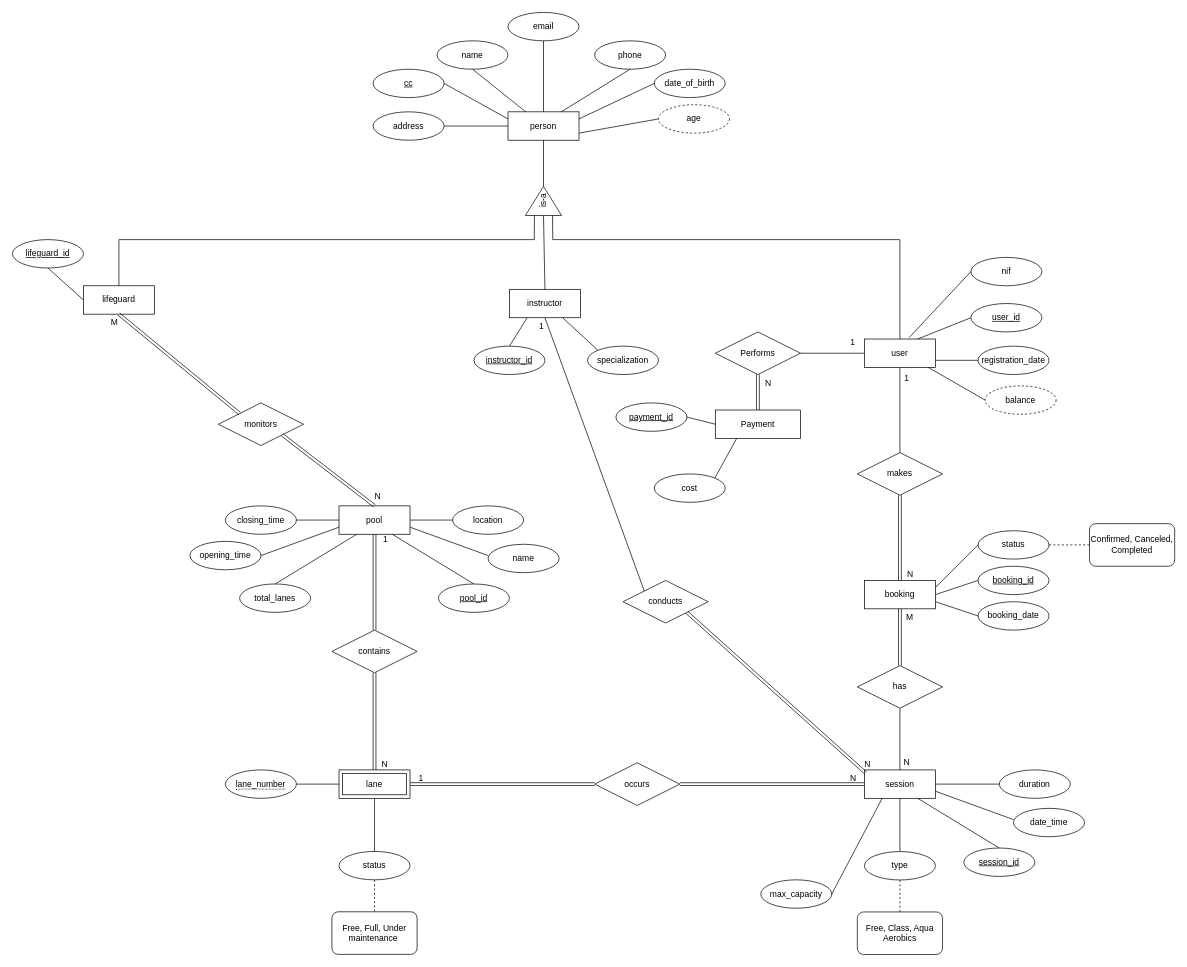
martacruzz/BD-project keeps this draw.io diagram as doc/projectBD_DER.drawio. Above is the earlier version. Source tidied: cells renumbered, new cells numbered last; positions are measured from the earlier drawing's top-left corner, leaving out a move shared by most shapes. Both pictures are drawn from the tidied source at 71%, with x=0, y=0 at pixel (12, 12).
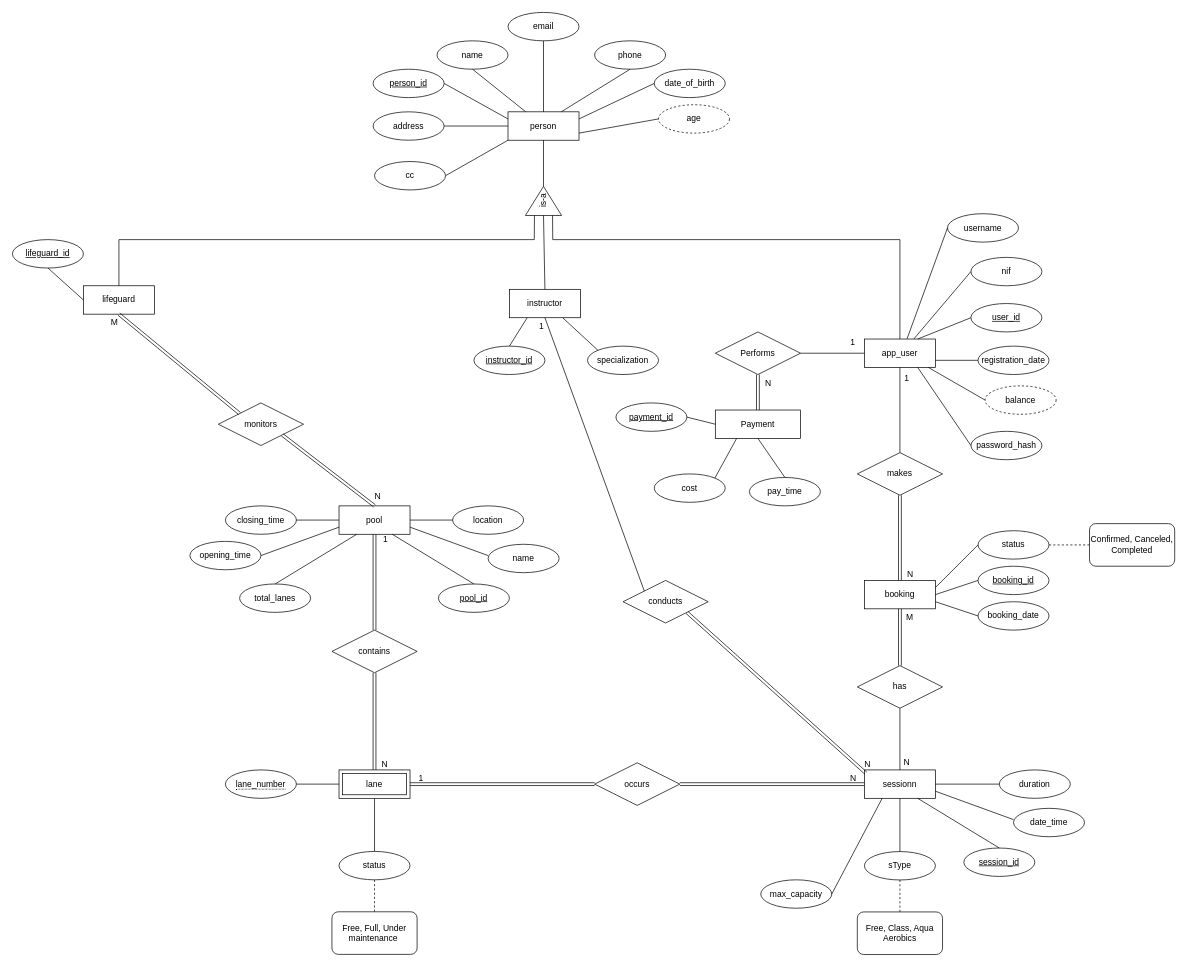
The same diagram, later.

Unchanged cells that the change refers to:
```xml
<mxCell id="36" value="1" style="text;strokeColor=none;align=center;fillColor=none;html=1;verticalAlign=middle;whiteSpace=wrap;rounded=0;" parent="1" vertex="1">
  <mxGeometry x="1230" y="500" width="60" height="30" as="geometry" />
</mxCell>
<mxCell id="84" value="person" style="whiteSpace=wrap;html=1;align=center;" parent="1" vertex="1">
  <mxGeometry x="698" y="140" width="100" height="40" as="geometry" />
</mxCell>
<mxCell id="112" value="Payment" style="rounded=0;whiteSpace=wrap;html=1;" parent="1" vertex="1">
  <mxGeometry x="990" y="560" width="120" height="40" as="geometry" />
</mxCell>
<mxCell id="117" value="nif" style="ellipse;whiteSpace=wrap;html=1;align=center;" parent="1" vertex="1">
  <mxGeometry x="1350" y="345" width="100" height="40" as="geometry" />
</mxCell>
```

The edit, as a diff of the source:
```diff
@@
-    <mxCell id="3" value="user" style="whiteSpace=wrap;html=1;align=center;" parent="1" vertex="1">
+    <mxCell id="3" value="app_user" style="whiteSpace=wrap;html=1;align=center;" parent="1" vertex="1">
       <mxGeometry x="1200" y="460" width="100" height="40" as="geometry" />
     </mxCell>
@@
-    <mxCell id="8" value="session" style="whiteSpace=wrap;html=1;align=center;" parent="1" vertex="1">
+    <mxCell id="8" value="sessionn" style="whiteSpace=wrap;html=1;align=center;" parent="1" vertex="1">
       <mxGeometry x="1200" y="1066.9" width="100" height="40" as="geometry" />
     </mxCell>
@@
-    <mxCell id="11" value="type" style="ellipse;whiteSpace=wrap;html=1;align=center;" parent="1" vertex="1">
+    <mxCell id="11" value="sType" style="ellipse;whiteSpace=wrap;html=1;align=center;" parent="1" vertex="1">
       <mxGeometry x="1200" y="1181.9" width="100" height="40" as="geometry" />
     </mxCell>
@@
-    <mxCell id="85" value="cc" style="ellipse;whiteSpace=wrap;html=1;align=center;fontStyle=4;" parent="1" vertex="1">
+    <mxCell id="85" value="person_id" style="ellipse;whiteSpace=wrap;html=1;align=center;fontStyle=4;" parent="1" vertex="1">
       <mxGeometry x="508" y="80" width="100" height="40" as="geometry" />
     </mxCell>
@@
-    <mxCell id="118" style="endArrow=none;html=1;rounded=0;entryX=0;entryY=0.5;entryDx=0;entryDy=0;exitX=0.63;exitY=-0.05;exitDx=0;exitDy=0;exitPerimeter=0;" parent="1" edge="1" source="3" target="117">
+    <mxCell id="118" style="endArrow=none;html=1;rounded=0;entryX=0;entryY=0.5;entryDx=0;entryDy=0;exitX=0.697;exitY=-0.005;exitDx=0;exitDy=0;exitPerimeter=0;" parent="1" edge="1" source="3" target="117">
       <mxGeometry relative="1" as="geometry" />
     </mxCell>
@@
+    <mxCell id="122" style="endArrow=none;html=1;rounded=0;entryX=1;entryY=0.5;entryDx=0;entryDy=0;exitX=0;exitY=1;exitDx=0;exitDy=0;" parent="1" edge="1" source="84" target="123">
+      <mxGeometry relative="1" as="geometry" />
+    </mxCell>
+    <mxCell id="123" value="cc" style="ellipse;whiteSpace=wrap;html=1;align=center;" parent="1" vertex="1">
+      <mxGeometry x="510" y="210" width="100" height="40" as="geometry" />
+    </mxCell>
+    <mxCell id="124" value="username" style="ellipse;whiteSpace=wrap;html=1;align=center;" parent="1" vertex="1">
+      <mxGeometry x="1317" y="283.5" width="100" height="40" as="geometry" />
+    </mxCell>
+    <mxCell id="125" style="endArrow=none;html=1;rounded=0;entryX=0;entryY=0.5;entryDx=0;entryDy=0;exitX=0.6;exitY=-0.005;exitDx=0;exitDy=0;exitPerimeter=0;" parent="1" edge="1" source="3" target="124">
+      <mxGeometry relative="1" as="geometry" />
+    </mxCell>
+    <mxCell id="126" value="password_hash" style="ellipse;whiteSpace=wrap;html=1;align=center;" parent="1" vertex="1">
+      <mxGeometry x="1350" y="590" width="100" height="40" as="geometry" />
+    </mxCell>
+    <mxCell id="127" style="endArrow=none;html=1;rounded=0;entryX=0;entryY=0.5;entryDx=0;entryDy=0;exitX=0.75;exitY=0;exitDx=0;exitDy=0;" parent="1" edge="1" source="36" target="126">
+      <mxGeometry relative="1" as="geometry" />
+    </mxCell>
+    <mxCell id="128" value="pay_time" style="ellipse;whiteSpace=wrap;html=1;align=center;" parent="1" vertex="1">
+      <mxGeometry x="1038" y="655" width="100" height="40" as="geometry" />
+    </mxCell>
+    <mxCell id="129" style="endArrow=none;html=1;rounded=0;entryX=0.5;entryY=1;entryDx=0;entryDy=0;exitX=0.5;exitY=0;exitDx=0;exitDy=0;" parent="1" edge="1" source="128" target="112">
+      <mxGeometry relative="1" as="geometry" />
+    </mxCell>
```
